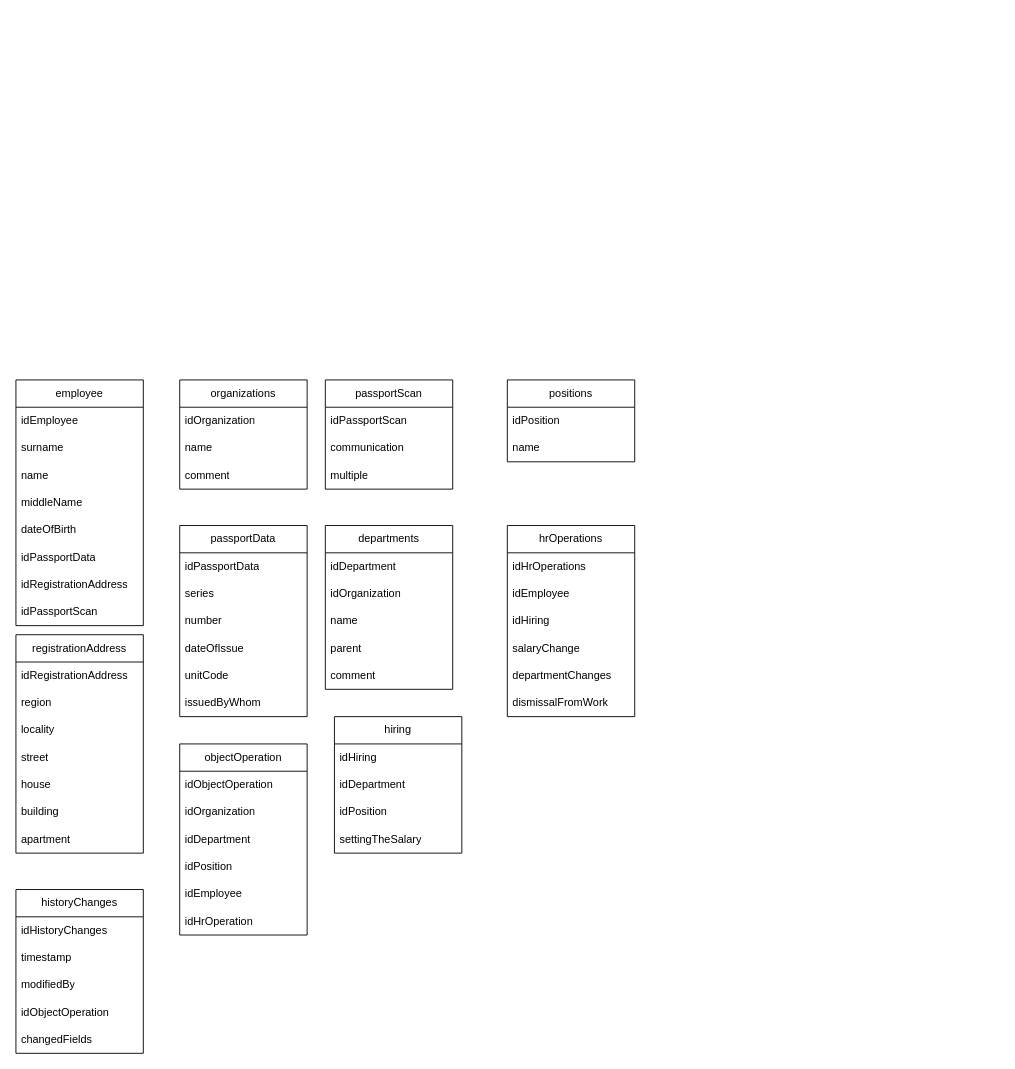
Anasikus/Employee_Accounting keeps this draw.io diagram as DatabaseSchema.drawio. Above is the earlier version. Source tidied: cells renumbered, new cells numbered last; positions are measured from the earlier drawing's top-left corner, leaving out a move shared by most shapes. Both pictures are drawn from the tidied source at 91%, with x=0, y=0 at pixel (15, 379).
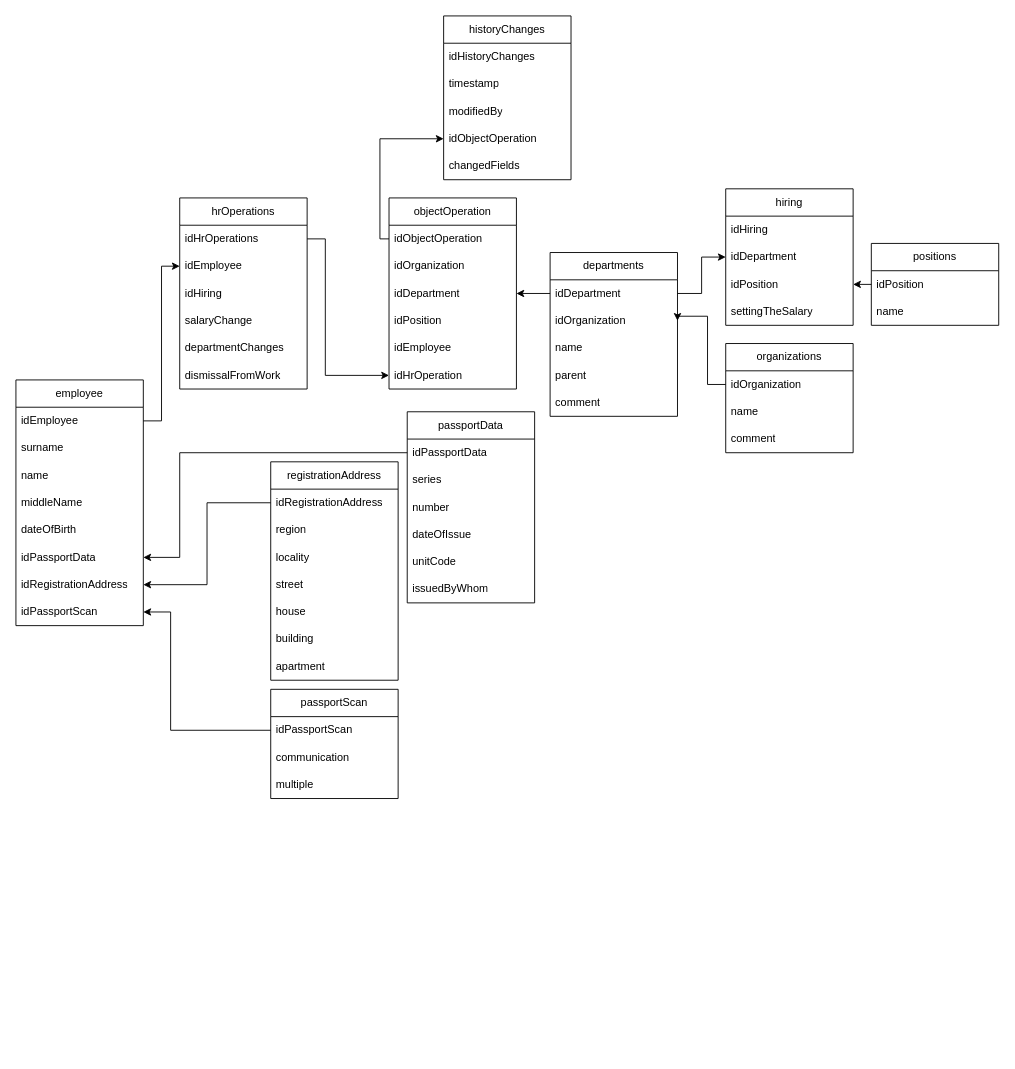
The same page after the edit.

Commit message:
Добавление связей

The change refers to these unchanged cells:
```xml
<mxCell id="3" value="idOrganization" style="text;strokeColor=none;fillColor=none;align=left;verticalAlign=middle;spacingLeft=4;spacingRight=4;overflow=hidden;points=[[0,0.5],[1,0.5]];portConstraint=eastwest;whiteSpace=wrap;html=1;" parent="2" vertex="1">
  <mxGeometry y="30" width="140" height="30" as="geometry" />
</mxCell>
<mxCell id="7" value="idEmployee" style="text;strokeColor=none;fillColor=none;align=left;verticalAlign=middle;spacingLeft=4;spacingRight=4;overflow=hidden;points=[[0,0.5],[1,0.5]];portConstraint=eastwest;whiteSpace=wrap;html=1;" parent="6" vertex="1">
  <mxGeometry y="30" width="140" height="30" as="geometry" />
</mxCell>
<mxCell id="12" value="idPassportData" style="text;strokeColor=none;fillColor=none;align=left;verticalAlign=middle;spacingLeft=4;spacingRight=4;overflow=hidden;points=[[0,0.5],[1,0.5]];portConstraint=eastwest;whiteSpace=wrap;html=1;" parent="6" vertex="1">
  <mxGeometry y="180" width="140" height="30" as="geometry" />
</mxCell>
<mxCell id="13" value="idRegistrationAddress" style="text;strokeColor=none;fillColor=none;align=left;verticalAlign=middle;spacingLeft=4;spacingRight=4;overflow=hidden;points=[[0,0.5],[1,0.5]];portConstraint=eastwest;whiteSpace=wrap;html=1;" parent="6" vertex="1">
  <mxGeometry y="210" width="140" height="30" as="geometry" />
</mxCell>
<mxCell id="14" value="idPassportScan" style="text;strokeColor=none;fillColor=none;align=left;verticalAlign=middle;spacingLeft=4;spacingRight=4;overflow=hidden;points=[[0,0.5],[1,0.5]];portConstraint=eastwest;whiteSpace=wrap;html=1;" parent="6" vertex="1">
  <mxGeometry y="240" width="140" height="30" as="geometry" />
</mxCell>
<mxCell id="16" value="idPassportData" style="text;strokeColor=none;fillColor=none;align=left;verticalAlign=middle;spacingLeft=4;spacingRight=4;overflow=hidden;points=[[0,0.5],[1,0.5]];portConstraint=eastwest;whiteSpace=wrap;html=1;" parent="15" vertex="1">
  <mxGeometry y="30" width="140" height="30" as="geometry" />
</mxCell>
<mxCell id="23" value="idRegistrationAddress" style="text;strokeColor=none;fillColor=none;align=left;verticalAlign=middle;spacingLeft=4;spacingRight=4;overflow=hidden;points=[[0,0.5],[1,0.5]];portConstraint=eastwest;whiteSpace=wrap;html=1;" parent="22" vertex="1">
  <mxGeometry y="30" width="140" height="30" as="geometry" />
</mxCell>
<mxCell id="31" value="idPassportScan" style="text;strokeColor=none;fillColor=none;align=left;verticalAlign=middle;spacingLeft=4;spacingRight=4;overflow=hidden;points=[[0,0.5],[1,0.5]];portConstraint=eastwest;whiteSpace=wrap;html=1;" parent="30" vertex="1">
  <mxGeometry y="30" width="140" height="30" as="geometry" />
</mxCell>
<mxCell id="35" value="idDepartment" style="text;strokeColor=none;fillColor=none;align=left;verticalAlign=middle;spacingLeft=4;spacingRight=4;overflow=hidden;points=[[0,0.5],[1,0.5]];portConstraint=eastwest;whiteSpace=wrap;html=1;" parent="34" vertex="1">
  <mxGeometry y="30" width="140" height="30" as="geometry" />
</mxCell>
<mxCell id="36" value="idOrganization" style="text;strokeColor=none;fillColor=none;align=left;verticalAlign=middle;spacingLeft=4;spacingRight=4;overflow=hidden;points=[[0,0.5],[1,0.5]];portConstraint=eastwest;whiteSpace=wrap;html=1;" parent="34" vertex="1">
  <mxGeometry y="60" width="140" height="30" as="geometry" />
</mxCell>
<mxCell id="44" value="idHrOperations" style="text;strokeColor=none;fillColor=none;align=left;verticalAlign=middle;spacingLeft=4;spacingRight=4;overflow=hidden;points=[[0,0.5],[1,0.5]];portConstraint=eastwest;whiteSpace=wrap;html=1;" parent="43" vertex="1">
  <mxGeometry y="30" width="140" height="30" as="geometry" />
</mxCell>
<mxCell id="45" value="idEmployee" style="text;strokeColor=none;fillColor=none;align=left;verticalAlign=middle;spacingLeft=4;spacingRight=4;overflow=hidden;points=[[0,0.5],[1,0.5]];portConstraint=eastwest;whiteSpace=wrap;html=1;" parent="43" vertex="1">
  <mxGeometry y="60" width="140" height="30" as="geometry" />
</mxCell>
<mxCell id="52" value="idDepartment" style="text;strokeColor=none;fillColor=none;align=left;verticalAlign=middle;spacingLeft=4;spacingRight=4;overflow=hidden;points=[[0,0.5],[1,0.5]];portConstraint=eastwest;whiteSpace=wrap;html=1;" parent="50" vertex="1">
  <mxGeometry y="60" width="140" height="30" as="geometry" />
</mxCell>
<mxCell id="53" value="idPosition" style="text;strokeColor=none;fillColor=none;align=left;verticalAlign=middle;spacingLeft=4;spacingRight=4;overflow=hidden;points=[[0,0.5],[1,0.5]];portConstraint=eastwest;whiteSpace=wrap;html=1;" parent="50" vertex="1">
  <mxGeometry y="90" width="140" height="30" as="geometry" />
</mxCell>
<mxCell id="59" value="idObjectOperation" style="text;strokeColor=none;fillColor=none;align=left;verticalAlign=middle;spacingLeft=4;spacingRight=4;overflow=hidden;points=[[0,0.5],[1,0.5]];portConstraint=eastwest;whiteSpace=wrap;html=1;" parent="55" vertex="1">
  <mxGeometry y="120" width="140" height="30" as="geometry" />
</mxCell>
<mxCell id="62" value="idObjectOperation" style="text;strokeColor=none;fillColor=none;align=left;verticalAlign=middle;spacingLeft=4;spacingRight=4;overflow=hidden;points=[[0,0.5],[1,0.5]];portConstraint=eastwest;whiteSpace=wrap;html=1;" parent="61" vertex="1">
  <mxGeometry y="30" width="140" height="30" as="geometry" />
</mxCell>
<mxCell id="64" value="idDepartment" style="text;strokeColor=none;fillColor=none;align=left;verticalAlign=middle;spacingLeft=4;spacingRight=4;overflow=hidden;points=[[0,0.5],[1,0.5]];portConstraint=eastwest;whiteSpace=wrap;html=1;" parent="61" vertex="1">
  <mxGeometry y="90" width="140" height="30" as="geometry" />
</mxCell>
<mxCell id="67" value="idHrOperation" style="text;strokeColor=none;fillColor=none;align=left;verticalAlign=middle;spacingLeft=4;spacingRight=4;overflow=hidden;points=[[0,0.5],[1,0.5]];portConstraint=eastwest;whiteSpace=wrap;html=1;" parent="61" vertex="1">
  <mxGeometry y="180" width="140" height="30" as="geometry" />
</mxCell>
```

The edit, as a diff of the source:
```diff
@@
     <mxCell id="2" value="organizations" style="swimlane;fontStyle=0;horizontal=1;startSize=30;whiteSpace=wrap;html=1;" parent="1" vertex="1">
-      <mxGeometry x="180" width="140" height="120" as="geometry" />
+      <mxGeometry x="780" y="-40" width="140" height="120" as="geometry" />
     </mxCell>
@@
     <mxCell id="15" value="passportData" style="swimlane;fontStyle=0;horizontal=1;startSize=30;whiteSpace=wrap;html=1;" parent="1" vertex="1">
-      <mxGeometry x="180" y="160" width="140" height="210" as="geometry" />
+      <mxGeometry x="430" y="35" width="140" height="210" as="geometry" />
     </mxCell>
@@
     <mxCell id="22" value="registrationAddress" style="swimlane;fontStyle=0;horizontal=1;startSize=30;whiteSpace=wrap;html=1;" parent="1" vertex="1">
-      <mxGeometry y="280" width="140" height="240" as="geometry" />
+      <mxGeometry x="280" y="90" width="140" height="240" as="geometry" />
     </mxCell>
@@
     <mxCell id="30" value="passportScan" style="swimlane;fontStyle=0;horizontal=1;startSize=30;whiteSpace=wrap;html=1;" parent="1" vertex="1">
-      <mxGeometry x="340" width="140" height="120" as="geometry" />
+      <mxGeometry x="280" y="340" width="140" height="120" as="geometry" />
     </mxCell>
@@
     <mxCell id="34" value="departments" style="swimlane;fontStyle=0;horizontal=1;startSize=30;whiteSpace=wrap;html=1;" parent="1" vertex="1">
-      <mxGeometry x="340" y="160" width="140" height="180" as="geometry" />
+      <mxGeometry x="587" y="-140" width="140" height="180" as="geometry" />
     </mxCell>
@@
+    <mxCell id="68" style="edgeStyle=orthogonalEdgeStyle;rounded=0;jettySize=auto;html=1;exitX=0;exitY=0.5;exitDx=0;exitDy=0;entryX=1;entryY=0.5;entryDx=0;entryDy=0;" parent="1" edge="1" source="40" target="53">
+      <mxGeometry relative="1" as="geometry" />
+    </mxCell>
     <mxCell id="40" value="positions" style="swimlane;fontStyle=0;horizontal=1;startSize=30;whiteSpace=wrap;html=1;" parent="1" vertex="1">
-      <mxGeometry x="540" width="140" height="90" as="geometry" />
+      <mxGeometry x="940" y="-150" width="140" height="90" as="geometry" />
     </mxCell>
@@
     <mxCell id="43" value="hrOperations" style="swimlane;fontStyle=0;horizontal=1;startSize=30;whiteSpace=wrap;html=1;" parent="1" vertex="1">
-      <mxGeometry x="540" y="160" width="140" height="210" as="geometry" />
+      <mxGeometry x="180" y="-200" width="140" height="210" as="geometry" />
     </mxCell>
@@
     <mxCell id="50" value="hiring" style="swimlane;fontStyle=0;horizontal=1;startSize=30;whiteSpace=wrap;html=1;" parent="1" vertex="1">
-      <mxGeometry x="350" y="370" width="140" height="150" as="geometry" />
+      <mxGeometry x="780" y="-210" width="140" height="150" as="geometry" />
     </mxCell>
@@
     <mxCell id="55" value="historyChanges" style="swimlane;fontStyle=0;horizontal=1;startSize=30;whiteSpace=wrap;html=1;" parent="1" vertex="1">
-      <mxGeometry y="560" width="140" height="180" as="geometry" />
+      <mxGeometry x="470" y="-400" width="140" height="180" as="geometry" />
     </mxCell>
@@
     <mxCell id="61" value="objectOperation" style="swimlane;fontStyle=0;horizontal=1;startSize=30;whiteSpace=wrap;html=1;" parent="1" vertex="1">
-      <mxGeometry x="180" y="400" width="140" height="210" as="geometry" />
+      <mxGeometry x="410" y="-200" width="140" height="210" as="geometry" />
     </mxCell>
@@
+    <mxCell id="69" style="edgeStyle=orthogonalEdgeStyle;rounded=0;jettySize=auto;html=1;exitX=1;exitY=0.5;exitDx=0;exitDy=0;entryX=0;entryY=0.5;entryDx=0;entryDy=0;" parent="1" edge="1" source="44" target="67">
+      <mxGeometry relative="1" as="geometry">
+        <Array as="points">
+          <mxPoint x="340" y="-155" />
+          <mxPoint x="340" y="-5" />
+        </Array>
+      </mxGeometry>
+    </mxCell>
+    <mxCell id="70" style="edgeStyle=orthogonalEdgeStyle;rounded=0;jettySize=auto;html=1;exitX=1;exitY=0.5;exitDx=0;exitDy=0;" parent="1" edge="1" source="35" target="52">
+      <mxGeometry relative="1" as="geometry" />
+    </mxCell>
+    <mxCell id="71" style="edgeStyle=orthogonalEdgeStyle;rounded=0;jettySize=auto;html=1;exitX=0;exitY=0.5;exitDx=0;exitDy=0;entryX=1;entryY=0.5;entryDx=0;entryDy=0;" parent="1" edge="1" source="23" target="13">
+      <mxGeometry relative="1" as="geometry" />
+    </mxCell>
+    <mxCell id="72" style="edgeStyle=orthogonalEdgeStyle;rounded=0;jettySize=auto;html=1;exitX=0;exitY=0.5;exitDx=0;exitDy=0;entryX=1;entryY=0.5;entryDx=0;entryDy=0;" parent="1" edge="1" source="16" target="12">
+      <mxGeometry relative="1" as="geometry">
+        <Array as="points">
+          <mxPoint x="180" y="80" />
+          <mxPoint x="180" y="195" />
+        </Array>
+      </mxGeometry>
+    </mxCell>
+    <mxCell id="73" style="edgeStyle=orthogonalEdgeStyle;rounded=0;jettySize=auto;html=1;exitX=0;exitY=0.5;exitDx=0;exitDy=0;entryX=1;entryY=0.5;entryDx=0;entryDy=0;" parent="1" edge="1" source="3" target="36">
+      <mxGeometry relative="1" as="geometry">
+        <Array as="points">
+          <mxPoint x="760" y="5" />
+          <mxPoint x="760" y="-70" />
+        </Array>
+      </mxGeometry>
+    </mxCell>
+    <mxCell id="74" style="edgeStyle=orthogonalEdgeStyle;rounded=0;jettySize=auto;html=1;exitX=0;exitY=0.5;exitDx=0;exitDy=0;entryX=1;entryY=0.5;entryDx=0;entryDy=0;" parent="1" edge="1" source="31" target="14">
+      <mxGeometry relative="1" as="geometry">
+        <Array as="points">
+          <mxPoint x="170" y="385" />
+          <mxPoint x="170" y="255" />
+        </Array>
+      </mxGeometry>
+    </mxCell>
+    <mxCell id="75" style="edgeStyle=orthogonalEdgeStyle;rounded=0;jettySize=auto;html=1;exitX=1;exitY=0.5;exitDx=0;exitDy=0;entryX=0;entryY=0.5;entryDx=0;entryDy=0;" parent="1" edge="1" source="7" target="45">
+      <mxGeometry relative="1" as="geometry" />
+    </mxCell>
+    <mxCell id="76" style="edgeStyle=orthogonalEdgeStyle;rounded=0;jettySize=auto;html=1;exitX=0;exitY=0.5;exitDx=0;exitDy=0;entryX=0;entryY=0.5;entryDx=0;entryDy=0;" parent="1" edge="1" source="62" target="59">
+      <mxGeometry relative="1" as="geometry">
+        <Array as="points">
+          <mxPoint x="400" y="-155" />
+          <mxPoint x="400" y="-265" />
+        </Array>
+      </mxGeometry>
+    </mxCell>
+    <mxCell id="77" style="edgeStyle=orthogonalEdgeStyle;rounded=0;jettySize=auto;html=1;exitX=0;exitY=0.5;exitDx=0;exitDy=0;entryX=1;entryY=0.5;entryDx=0;entryDy=0;" parent="1" edge="1" source="35" target="64">
+      <mxGeometry relative="1" as="geometry" />
+    </mxCell>
```
